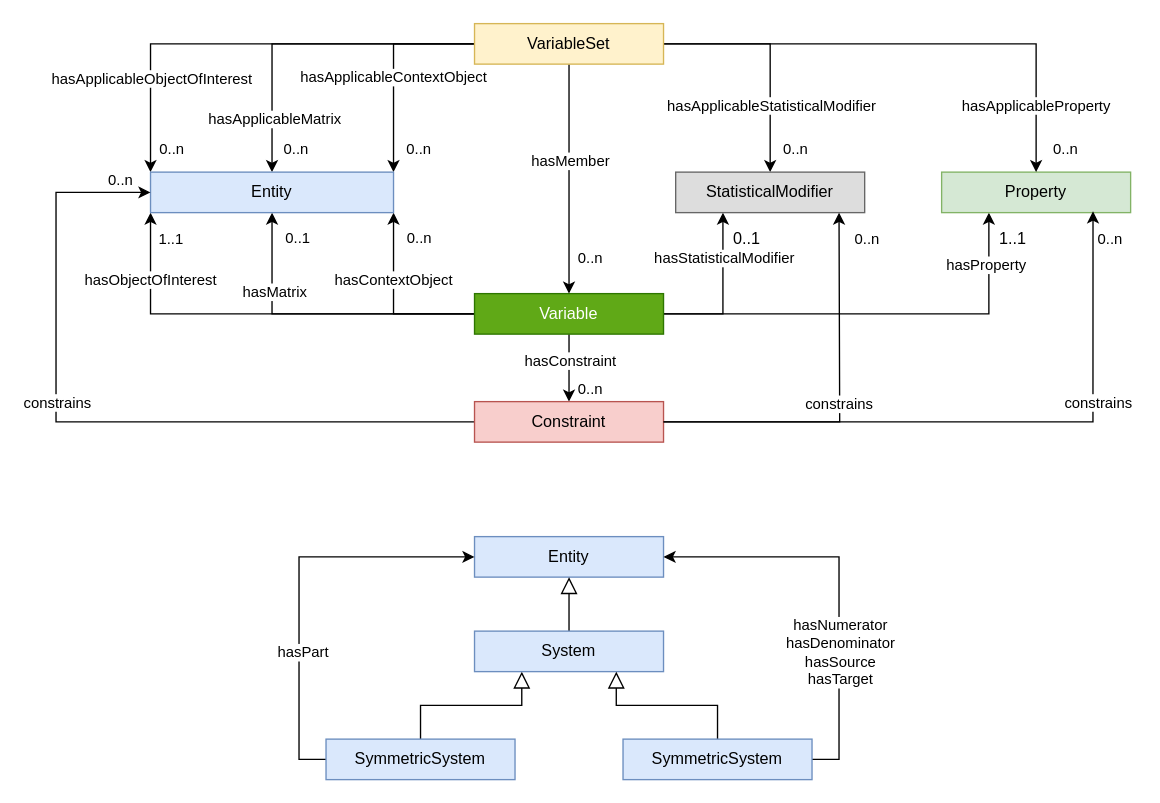
i-adopt/ontology keeps this draw.io diagram as page "V1.1.0" (2 of 2) of widoco/texts/IAdopt.drawio. Above is the earlier version. Source tidied: cells renumbered, new cells numbered last; positions are measured from the earlier drawing's top-left corner, leaving out a move shared by most shapes. Both pictures are drawn from the tidied source at 135%, with x=0, y=0 at pixel (55, 23).
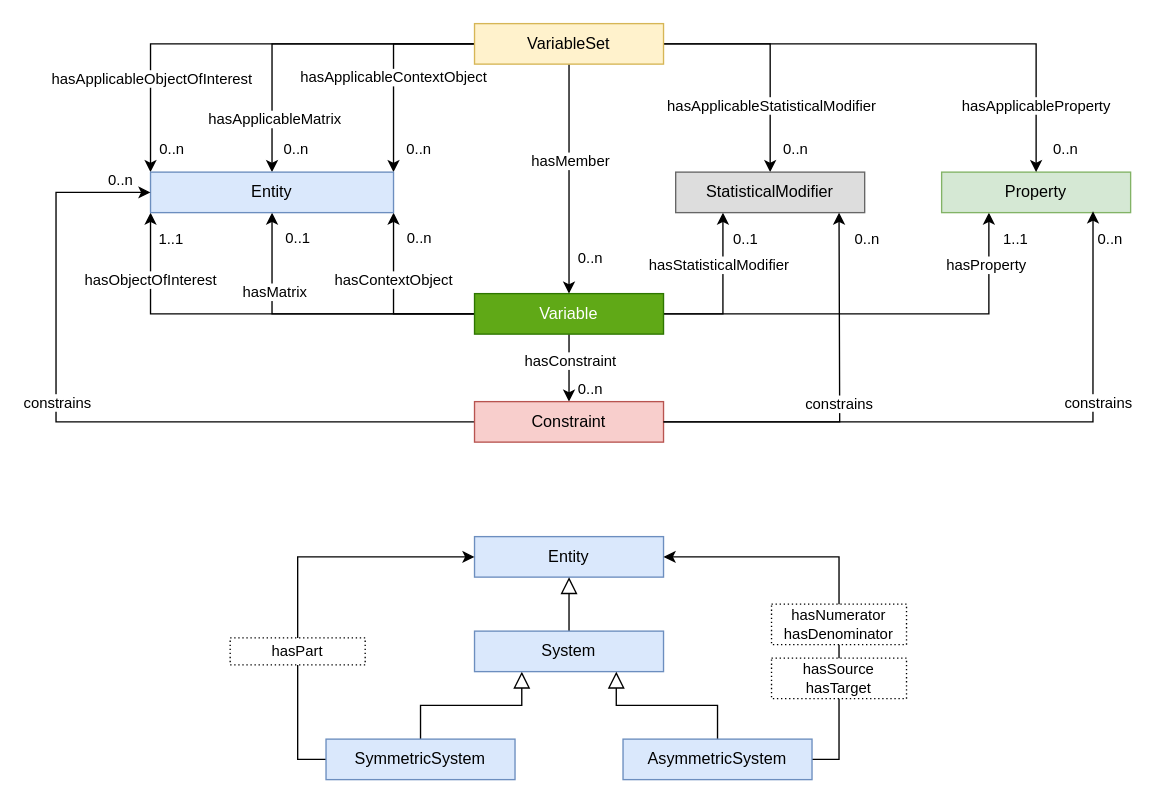
The same diagram, later.

Commit message (it also covers changes not shown here):
fix typo in visualization

Unchanged cells that the change refers to:
```xml
<mxCell id="12" style="edgeStyle=orthogonalEdgeStyle;rounded=0;jettySize=auto;html=1;exitX=1;exitY=0.5;exitDx=0;exitDy=0;entryX=0.25;entryY=1;entryDx=0;entryDy=0;" parent="1" edge="1" source="14" target="39">
  <mxGeometry relative="1" as="geometry" />
</mxCell>
<mxCell id="48" value="Entity" style="rounded=0;whiteSpace=wrap;html=1;fillColor=#dae8fc;strokeColor=#6c8ebf;" parent="1" vertex="1">
  <mxGeometry x="310" y="380" width="140" height="30" as="geometry" />
</mxCell>
<mxCell id="52" value="SymmetricSystem" style="rounded=0;whiteSpace=wrap;html=1;fillColor=#dae8fc;strokeColor=#6c8ebf;" parent="1" vertex="1">
  <mxGeometry x="200" y="530" width="140" height="30" as="geometry" />
</mxCell>
```

Diff of the diagram source:
```diff
@@
     <mxCell id="13" value="hasStatisticalModifier" style="edgeLabel;html=1;align=center;verticalAlign=middle;" parent="12" vertex="1">
       <mxGeometry x="0.73" y="1" relative="1" as="geometry">
-        <mxPoint x="1" y="17" as="offset" />
+        <mxPoint x="-3" y="22" as="offset" />
       </mxGeometry>
     </mxCell>
@@
-    <mxCell id="41" value="1..1" style="text;whiteSpace=wrap;html=1;" parent="1" vertex="1">
-      <mxGeometry x="697" y="146" width="30" height="23" as="geometry" />
-    </mxCell>
-    <mxCell id="42" value="0..1" style="text;whiteSpace=wrap;html=1;" parent="1" vertex="1">
-      <mxGeometry x="500" y="146" width="30" height="23" as="geometry" />
-    </mxCell>
@@
-    <mxCell id="50" style="edgeStyle=orthogonalEdgeStyle;rounded=0;jettySize=auto;html=1;exitX=0;exitY=0.5;exitDx=0;exitDy=0;entryX=0;entryY=0.5;entryDx=0;entryDy=0;" parent="1" edge="1" source="52" target="48">
-      <mxGeometry relative="1" as="geometry" />
-    </mxCell>
-    <mxCell id="51" value="hasPart" style="edgeLabel;html=1;align=center;verticalAlign=middle;points=[];" parent="50" vertex="1">
-      <mxGeometry x="-0.34" relative="1" as="geometry">
-        <mxPoint x="2" y="-1" as="offset" />
-      </mxGeometry>
-    </mxCell>
+    <mxCell id="62" style="edgeStyle=orthogonalEdgeStyle;rounded=0;jettySize=auto;html=1;exitX=0;exitY=0.5;exitDx=0;exitDy=0;entryX=0.5;entryY=1;entryDx=0;entryDy=0;endArrow=none;startFill=0;" parent="1" edge="1" source="52" target="51">
+      <mxGeometry relative="1" as="geometry" />
+    </mxCell>
@@
-    <mxCell id="56" style="edgeStyle=orthogonalEdgeStyle;rounded=0;jettySize=auto;html=1;exitX=1;exitY=0.5;exitDx=0;exitDy=0;entryX=1;entryY=0.5;entryDx=0;entryDy=0;" parent="1" edge="1" source="58" target="48">
-      <mxGeometry relative="1" as="geometry" />
-    </mxCell>
-    <mxCell id="57" value="hasNumerator&lt;br&gt;hasDenominator&lt;br&gt;&lt;div&gt;hasSource&lt;/div&gt;&lt;div&gt;hasTarget&lt;/div&gt;" style="edgeLabel;html=1;align=center;verticalAlign=middle;" parent="56" vertex="1">
-      <mxGeometry x="-0.31" relative="1" as="geometry">
-        <mxPoint y="3" as="offset" />
-      </mxGeometry>
-    </mxCell>
+    <mxCell id="63" style="edgeStyle=orthogonalEdgeStyle;rounded=0;jettySize=auto;html=1;exitX=1;exitY=0.5;exitDx=0;exitDy=0;entryX=0.5;entryY=1;entryDx=0;entryDy=0;endArrow=none;startFill=0;" parent="1" edge="1" source="58" target="67">
+      <mxGeometry relative="1" as="geometry" />
+    </mxCell>
-    <mxCell id="58" value="SymmetricSystem" style="rounded=0;whiteSpace=wrap;html=1;fillColor=#dae8fc;strokeColor=#6c8ebf;" parent="1" vertex="1">
+    <mxCell id="58" value="AsymmetricSystem" style="rounded=0;whiteSpace=wrap;html=1;fillColor=#dae8fc;strokeColor=#6c8ebf;" parent="1" vertex="1">
       <mxGeometry x="420" y="530" width="140" height="30" as="geometry" />
     </mxCell>
@@
+    <mxCell id="64" style="edgeStyle=orthogonalEdgeStyle;rounded=0;jettySize=auto;html=1;exitX=0.5;exitY=0;exitDx=0;exitDy=0;entryX=1;entryY=0.5;entryDx=0;entryDy=0;" parent="1" edge="1" source="65" target="48">
+      <mxGeometry relative="1" as="geometry" />
+    </mxCell>
+    <mxCell id="65" value="&lt;div&gt;hasNumerator&lt;/div&gt;&lt;div&gt;hasDenominator&lt;/div&gt;" style="rounded=0;whiteSpace=wrap;html=1;dashed=1;dashPattern=1 2;fontSize=11;fillColor=none;" parent="1" vertex="1">
+      <mxGeometry x="530" y="430" width="100" height="30" as="geometry" />
+    </mxCell>
+    <mxCell id="66" style="edgeStyle=orthogonalEdgeStyle;rounded=0;jettySize=auto;html=1;exitX=0.5;exitY=0;exitDx=0;exitDy=0;entryX=0.5;entryY=1;entryDx=0;entryDy=0;endArrow=none;startFill=0;" parent="1" edge="1" source="67" target="65">
+      <mxGeometry relative="1" as="geometry" />
+    </mxCell>
+    <mxCell id="67" value="&lt;div&gt;hasSource&lt;/div&gt;&lt;div&gt;hasTarget&lt;/div&gt;" style="rounded=0;whiteSpace=wrap;html=1;dashed=1;dashPattern=1 2;fontSize=11;fillColor=none;" parent="1" vertex="1">
+      <mxGeometry x="530" y="470" width="100" height="30" as="geometry" />
+    </mxCell>
+    <mxCell id="68" style="edgeStyle=orthogonalEdgeStyle;rounded=0;jettySize=auto;html=1;exitX=0.5;exitY=0;exitDx=0;exitDy=0;entryX=0;entryY=0.5;entryDx=0;entryDy=0;" parent="1" edge="1" source="51" target="48">
+      <mxGeometry relative="1" as="geometry" />
+    </mxCell>
+    <mxCell id="51" value="hasPart" style="rounded=0;whiteSpace=wrap;html=1;dashed=1;dashPattern=1 2;fontSize=11;fillColor=none;" parent="1" vertex="1">
+      <mxGeometry x="129" y="455" width="100" height="20" as="geometry" />
+    </mxCell>
+    <mxCell id="42" value="&lt;span style=&quot;color: rgb(0, 0, 0); font-family: Helvetica; font-size: 11px; font-style: normal; font-variant-ligatures: normal; font-variant-caps: normal; font-weight: 400; letter-spacing: normal; text-align: center; text-indent: 0px; text-transform: none; word-spacing: 0px; -webkit-text-stroke-width: 0px; background-color: rgb(255, 255, 255); text-decoration-thickness: initial; text-decoration-style: initial; text-decoration-color: initial; float: none; display: inline !important;&quot;&gt;0..1&lt;/span&gt;" style="text;whiteSpace=wrap;html=1;" parent="1" vertex="1">
+      <mxGeometry x="500" y="146" width="30" height="23" as="geometry" />
+    </mxCell>
+    <mxCell id="41" value="&lt;span style=&quot;color: rgb(0, 0, 0); font-family: Helvetica; font-size: 11px; font-style: normal; font-variant-ligatures: normal; font-variant-caps: normal; font-weight: 400; letter-spacing: normal; text-align: center; text-indent: 0px; text-transform: none; word-spacing: 0px; -webkit-text-stroke-width: 0px; background-color: rgb(255, 255, 255); text-decoration-thickness: initial; text-decoration-style: initial; text-decoration-color: initial; float: none; display: inline !important;&quot;&gt;1..1&lt;/span&gt;" style="text;whiteSpace=wrap;html=1;" parent="1" vertex="1">
+      <mxGeometry x="700" y="146" width="30" height="23" as="geometry" />
+    </mxCell>
```
